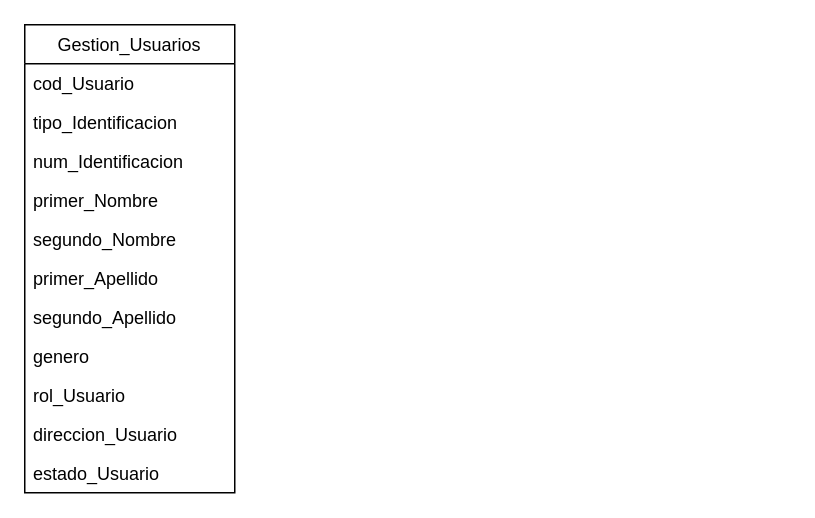
dpeter1290/riesgoseincidentesSST keeps this draw.io diagram as page "Yesid Linares Palmino" (3 of 5) of Untitled Diagram.drawio. Above is the earlier version. Source tidied: cells renumbered, new cells numbered last; positions are measured from the earlier drawing's top-left corner, leaving out a move shared by most shapes. Both pictures are drawn from the tidied source at 150%, with x=0, y=0 at pixel (24, 24).
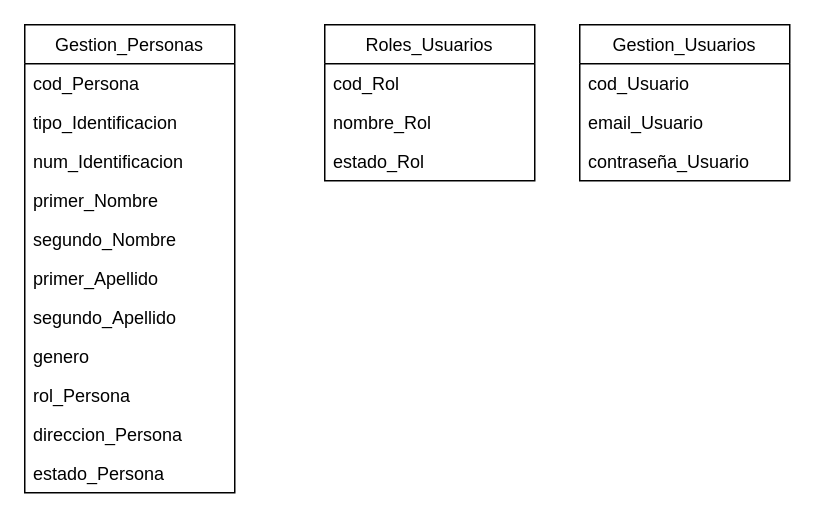
The same diagram, later.

Commit message:
Diagramas de Clases #3

Change to the diagram source:
```diff
@@
-    <mxCell id="2" value="Gestion_Usuarios" style="swimlane;fontStyle=0;horizontal=1;startSize=26;fillColor=none;" parent="1" vertex="1">
+    <mxCell id="2" value="Gestion_Personas" style="swimlane;fontStyle=0;horizontal=1;startSize=26;fillColor=none;" parent="1" vertex="1">
       <mxGeometry width="140" height="312" as="geometry" />
     </mxCell>
-    <mxCell id="3" value="cod_Usuario" style="text;strokeColor=none;fillColor=none;align=left;verticalAlign=top;spacingLeft=4;spacingRight=4;overflow=hidden;" parent="2" vertex="1">
+    <mxCell id="3" value="cod_Persona" style="text;strokeColor=none;fillColor=none;align=left;verticalAlign=top;spacingLeft=4;spacingRight=4;overflow=hidden;" parent="2" vertex="1">
       <mxGeometry y="26" width="140" height="26" as="geometry" />
     </mxCell>
@@
-    <mxCell id="11" value="rol_Usuario" style="text;strokeColor=none;fillColor=none;align=left;verticalAlign=top;spacingLeft=4;spacingRight=4;overflow=hidden;" parent="2" vertex="1">
+    <mxCell id="11" value="rol_Persona" style="text;strokeColor=none;fillColor=none;align=left;verticalAlign=top;spacingLeft=4;spacingRight=4;overflow=hidden;" parent="2" vertex="1">
       <mxGeometry y="234" width="140" height="26" as="geometry" />
     </mxCell>
-    <mxCell id="12" value="direccion_Usuario" style="text;strokeColor=none;fillColor=none;align=left;verticalAlign=top;spacingLeft=4;spacingRight=4;overflow=hidden;" parent="2" vertex="1">
+    <mxCell id="12" value="direccion_Persona" style="text;strokeColor=none;fillColor=none;align=left;verticalAlign=top;spacingLeft=4;spacingRight=4;overflow=hidden;" parent="2" vertex="1">
       <mxGeometry y="260" width="140" height="26" as="geometry" />
     </mxCell>
-    <mxCell id="13" value="estado_Usuario" style="text;strokeColor=none;fillColor=none;align=left;verticalAlign=top;spacingLeft=4;spacingRight=4;overflow=hidden;" parent="2" vertex="1">
+    <mxCell id="13" value="estado_Persona" style="text;strokeColor=none;fillColor=none;align=left;verticalAlign=top;spacingLeft=4;spacingRight=4;overflow=hidden;" parent="2" vertex="1">
       <mxGeometry y="286" width="140" height="26" as="geometry" />
     </mxCell>
+    <mxCell id="14" value="Roles_Usuarios" style="swimlane;fontStyle=0;horizontal=1;startSize=26;fillColor=none;" parent="1" vertex="1">
+      <mxGeometry x="200" width="140" height="104" as="geometry" />
+    </mxCell>
+    <mxCell id="15" value="cod_Rol" style="text;strokeColor=none;fillColor=none;align=left;verticalAlign=top;spacingLeft=4;spacingRight=4;overflow=hidden;" parent="14" vertex="1">
+      <mxGeometry y="26" width="140" height="26" as="geometry" />
+    </mxCell>
+    <mxCell id="16" value="nombre_Rol" style="text;strokeColor=none;fillColor=none;align=left;verticalAlign=top;spacingLeft=4;spacingRight=4;overflow=hidden;" parent="14" vertex="1">
+      <mxGeometry y="52" width="140" height="26" as="geometry" />
+    </mxCell>
+    <mxCell id="17" value="estado_Rol" style="text;strokeColor=none;fillColor=none;align=left;verticalAlign=top;spacingLeft=4;spacingRight=4;overflow=hidden;" parent="14" vertex="1">
+      <mxGeometry y="78" width="140" height="26" as="geometry" />
+    </mxCell>
+    <mxCell id="18" value="Gestion_Usuarios" style="swimlane;fontStyle=0;horizontal=1;startSize=26;fillColor=none;" parent="1" vertex="1">
+      <mxGeometry x="370" width="140" height="104" as="geometry" />
+    </mxCell>
+    <mxCell id="19" value="cod_Usuario" style="text;strokeColor=none;fillColor=none;align=left;verticalAlign=top;spacingLeft=4;spacingRight=4;overflow=hidden;" parent="18" vertex="1">
+      <mxGeometry y="26" width="140" height="26" as="geometry" />
+    </mxCell>
+    <mxCell id="20" value="email_Usuario" style="text;strokeColor=none;fillColor=none;align=left;verticalAlign=top;spacingLeft=4;spacingRight=4;overflow=hidden;" parent="18" vertex="1">
+      <mxGeometry y="52" width="140" height="26" as="geometry" />
+    </mxCell>
+    <mxCell id="21" value="contraseña_Usuario" style="text;strokeColor=none;fillColor=none;align=left;verticalAlign=top;spacingLeft=4;spacingRight=4;overflow=hidden;" parent="18" vertex="1">
+      <mxGeometry y="78" width="140" height="26" as="geometry" />
+    </mxCell>
```
